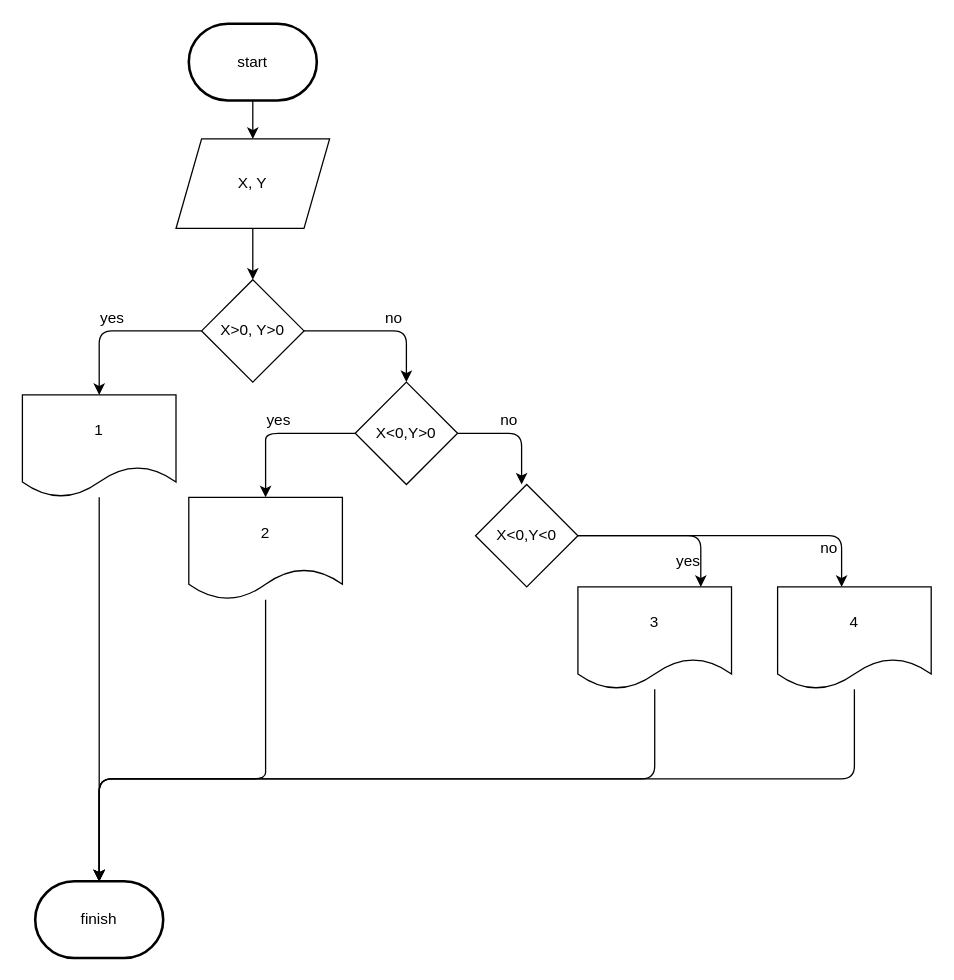
Above: stage/02_conditional/14681.drawio in Gyeongrok-Oh/boj (draw.io), before the change. Source tidied: cells renumbered, new cells numbered last; positions are measured from the earlier drawing's top-left corner, leaving out a move shared by most shapes. Both pictures are drawn from the tidied source at 128%, with x=0, y=0 at pixel (22, 23).
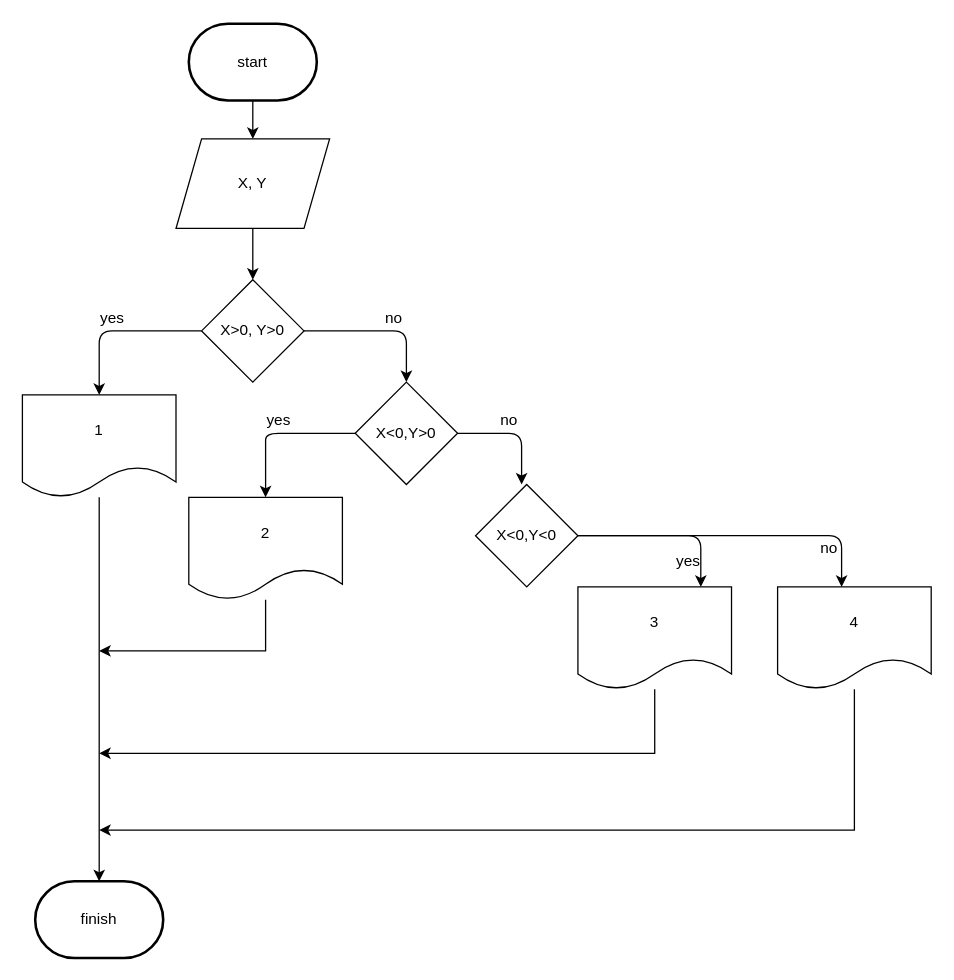
After the change.

Unchanged cells that the change refers to:
```xml
<mxCell id="4" value="finish" style="strokeWidth=2;html=1;shape=mxgraph.flowchart.terminator;whiteSpace=wrap;" parent="1" vertex="1">
  <mxGeometry x="10" y="670" width="100" height="60" as="geometry" />
</mxCell>
<mxCell id="16" value="2" style="shape=document;whiteSpace=wrap;html=1;boundedLbl=1;" parent="1" vertex="1">
  <mxGeometry x="130" y="370" width="120" height="80" as="geometry" />
</mxCell>
<mxCell id="21" value="3" style="shape=document;whiteSpace=wrap;html=1;boundedLbl=1;" parent="1" vertex="1">
  <mxGeometry x="434" y="440" width="120" height="80" as="geometry" />
</mxCell>
<mxCell id="29" value="4" style="shape=document;whiteSpace=wrap;html=1;boundedLbl=1;" parent="1" vertex="1">
  <mxGeometry x="590" y="440" width="120" height="80" as="geometry" />
</mxCell>
```

Diff of the diagram source:
```diff
@@
-    <mxCell id="15" style="edgeStyle=none;html=1;" parent="1" edge="1" source="16">
-      <mxGeometry relative="1" as="geometry">
-        <mxPoint x="60" y="670" as="targetPoint" />
-        <Array as="points">
-          <mxPoint x="190" y="550" />
-          <mxPoint x="190" y="570" />
-          <mxPoint x="190" y="590" />
-          <mxPoint x="60" y="590" />
-        </Array>
-      </mxGeometry>
-    </mxCell>
+    <mxCell id="30" style="edgeStyle=orthogonalEdgeStyle;rounded=0;jettySize=auto;html=1;" parent="1" edge="1" source="16">
+      <mxGeometry relative="1" as="geometry">
+        <mxPoint x="60" y="490" as="targetPoint" />
+        <Array as="points">
+          <mxPoint x="190" y="490" />
+        </Array>
+      </mxGeometry>
+    </mxCell>
@@
-    <mxCell id="20" style="edgeStyle=none;html=1;entryX=0.5;entryY=0;entryDx=0;entryDy=0;entryPerimeter=0;" parent="1" edge="1" source="21" target="4">
-      <mxGeometry relative="1" as="geometry">
-        <Array as="points">
-          <mxPoint x="494" y="590" />
-          <mxPoint x="60" y="590" />
-          <mxPoint x="60" y="640" />
-        </Array>
-      </mxGeometry>
-    </mxCell>
+    <mxCell id="31" style="edgeStyle=orthogonalEdgeStyle;rounded=0;jettySize=auto;html=1;" parent="1" edge="1" source="21">
+      <mxGeometry relative="1" as="geometry">
+        <mxPoint x="60" y="570" as="targetPoint" />
+        <Array as="points">
+          <mxPoint x="494" y="570" />
+        </Array>
+      </mxGeometry>
+    </mxCell>
@@
-    <mxCell id="28" style="edgeStyle=none;html=1;entryX=0.5;entryY=0;entryDx=0;entryDy=0;entryPerimeter=0;" parent="1" edge="1" source="29" target="4">
-      <mxGeometry relative="1" as="geometry">
-        <Array as="points">
-          <mxPoint x="650" y="590" />
-          <mxPoint x="60" y="590" />
-        </Array>
-      </mxGeometry>
-    </mxCell>
+    <mxCell id="32" style="edgeStyle=orthogonalEdgeStyle;rounded=0;jettySize=auto;html=1;" parent="1" edge="1" source="29">
+      <mxGeometry relative="1" as="geometry">
+        <mxPoint x="60" y="630" as="targetPoint" />
+        <Array as="points">
+          <mxPoint x="650" y="630" />
+        </Array>
+      </mxGeometry>
+    </mxCell>
```
